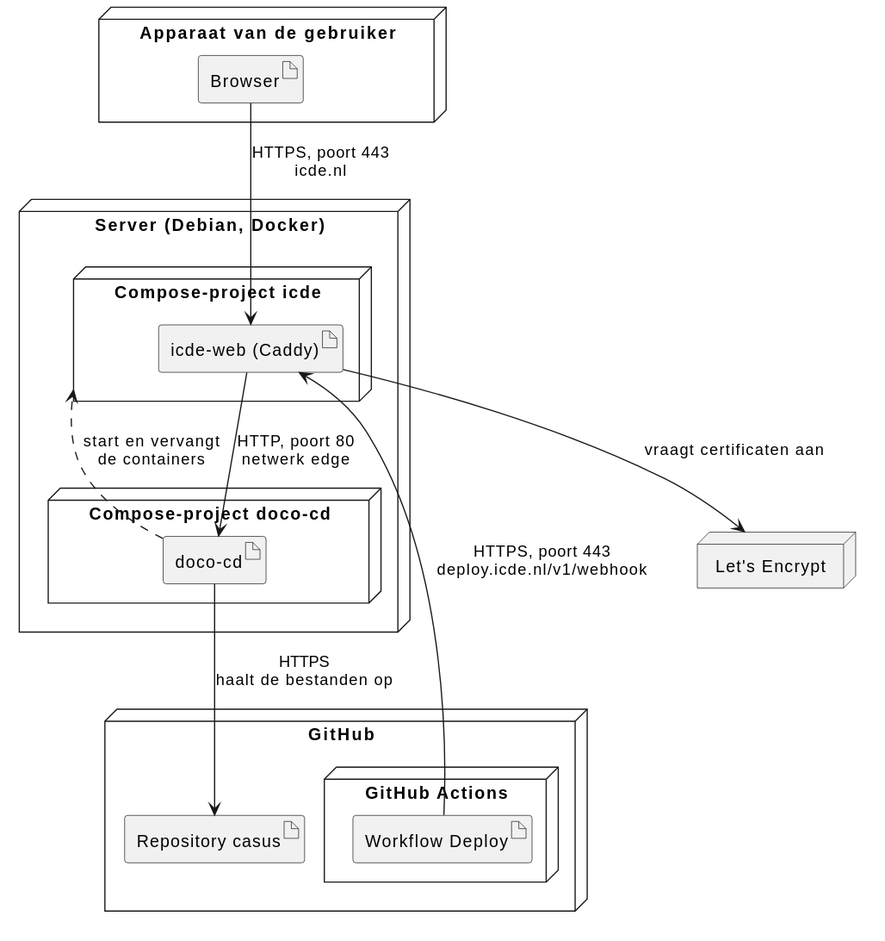
The PlantUML diagram docs/diagrams/uitrol-deployment.svg in HAN-Craftsmanship-KL-JJG/casus, before a commit. Source of this version:
```plantuml
@startuml
skinparam style strictuml
skinparam shadowing false
skinparam defaultFontName Helvetica

node "Apparaat van de gebruiker" as client {
  artifact Browser
}

node GitHub as github {
  artifact "Repository casus" as repo
  node "GitHub Actions" as actions {
    artifact "Workflow Deploy" as workflow
  }
}

node "Server (Debian, Docker)" as server {
  node "Compose-project icde" as icde {
    artifact "icde-web (Caddy)" as caddy
  }
  node "Compose-project doco-cd" as cd {
    artifact "doco-cd" as dococd
  }
}

node "Let's Encrypt" as le

Browser --> caddy : HTTPS, poort 443\nicde.nl
workflow --> caddy : HTTPS, poort 443\ndeploy.icde.nl/v1/webhook
caddy --> dococd : HTTP, poort 80\nnetwerk edge
dococd --> repo : HTTPS\nhaalt de bestanden op
dococd ..> icde : start en vervangt\nde containers
caddy --> le : vraagt certificaten aan
@enduml
```
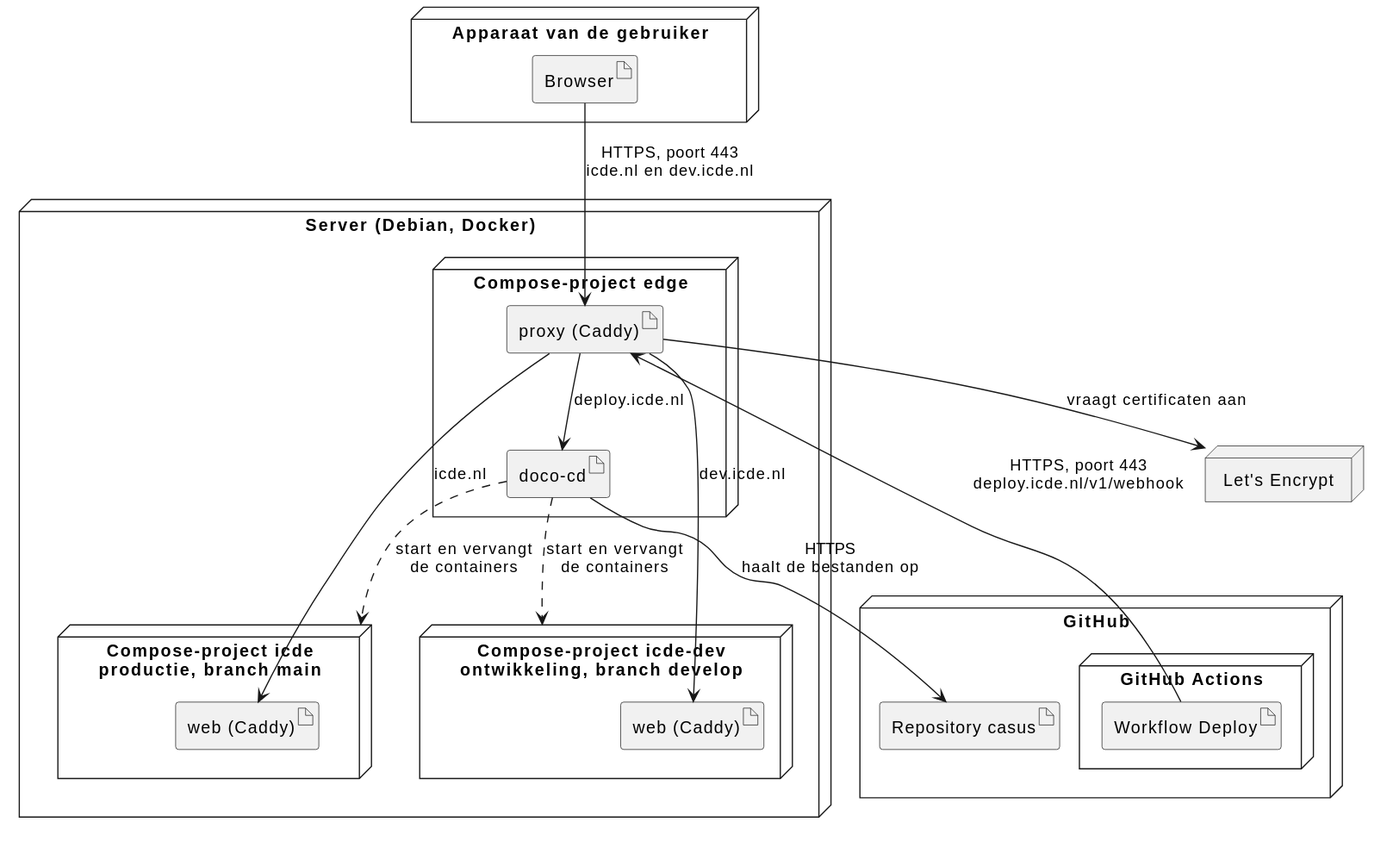
After the commit.

Commit message:
docs: describe the two environments and the proxy

Change to the diagram source:
```diff
@@ -15,20 +15,27 @@
 }
 
 node "Server (Debian, Docker)" as server {
-  node "Compose-project icde" as icde {
-    artifact "icde-web (Caddy)" as caddy
+  node "Compose-project edge" as edge {
+    artifact "proxy (Caddy)" as proxy
+    artifact "doco-cd" as dococd
   }
-  node "Compose-project doco-cd" as cd {
-    artifact "doco-cd" as dococd
+  node "Compose-project icde\nproductie, branch main" as icde {
+    artifact "web (Caddy)" as web
+  }
+  node "Compose-project icde-dev\nontwikkeling, branch develop" as icdedev {
+    artifact "web (Caddy)" as webdev
   }
 }
 
 node "Let's Encrypt" as le
 
-Browser --> caddy : HTTPS, poort 443\nicde.nl
-workflow --> caddy : HTTPS, poort 443\ndeploy.icde.nl/v1/webhook
-caddy --> dococd : HTTP, poort 80\nnetwerk edge
+Browser --> proxy : HTTPS, poort 443\nicde.nl en dev.icde.nl
+workflow --> proxy : HTTPS, poort 443\ndeploy.icde.nl/v1/webhook
+proxy --> web : icde.nl
+proxy --> webdev : dev.icde.nl
+proxy --> dococd : deploy.icde.nl
 dococd --> repo : HTTPS\nhaalt de bestanden op
 dococd ..> icde : start en vervangt\nde containers
-caddy --> le : vraagt certificaten aan
+dococd ..> icdedev : start en vervangt\nde containers
+proxy --> le : vraagt certificaten aan
 @enduml
```
